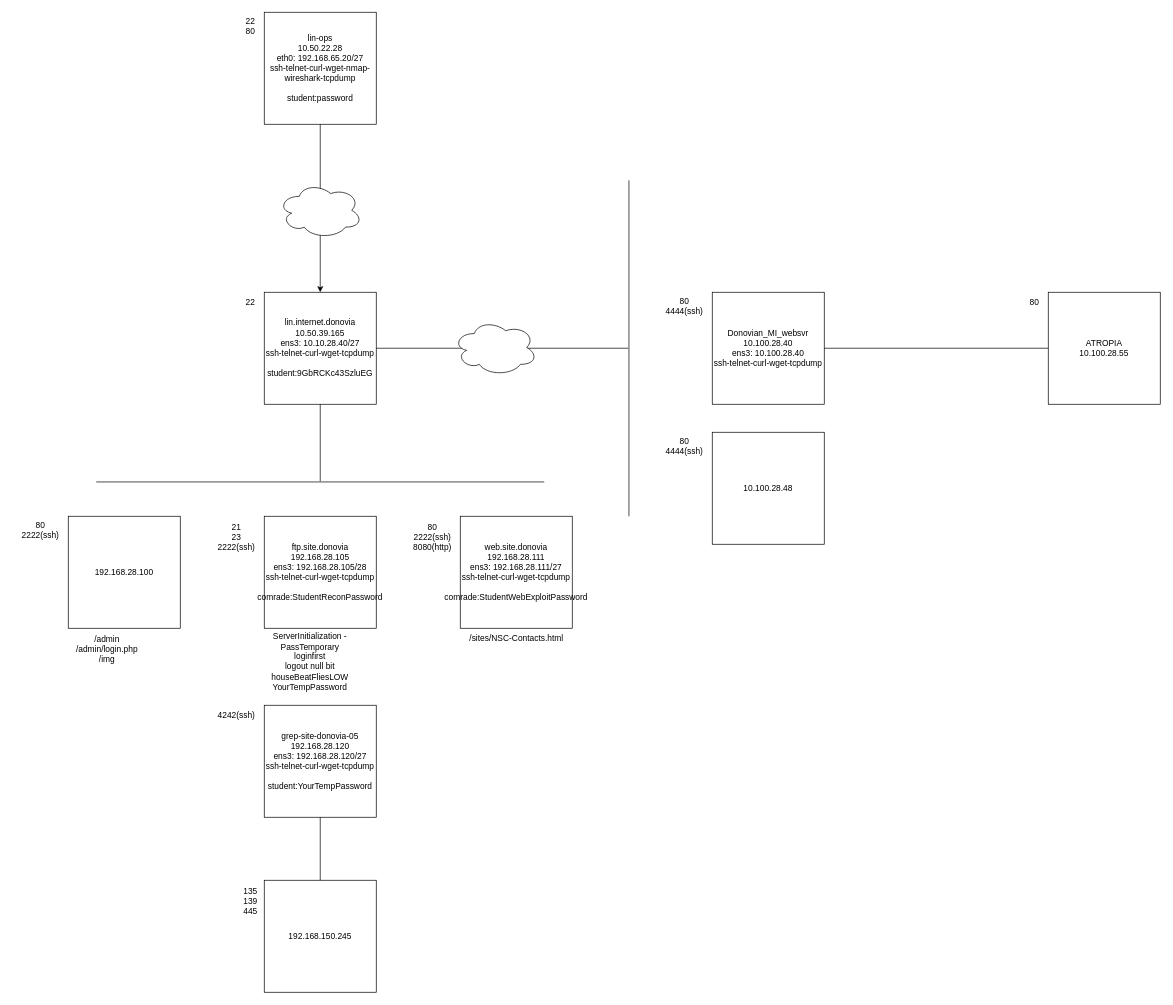
Before: Security/Greenberg/Untitled Diagram.drawio in TheWaltuh/COSC-Notes, a draw.io diagram. Source tidied: cells renumbered, new cells numbered last; positions are measured from the earlier drawing's top-left corner, leaving out a move shared by most shapes. Both pictures are drawn from the tidied source at 70%, with x=0, y=0 at pixel (12, 12).
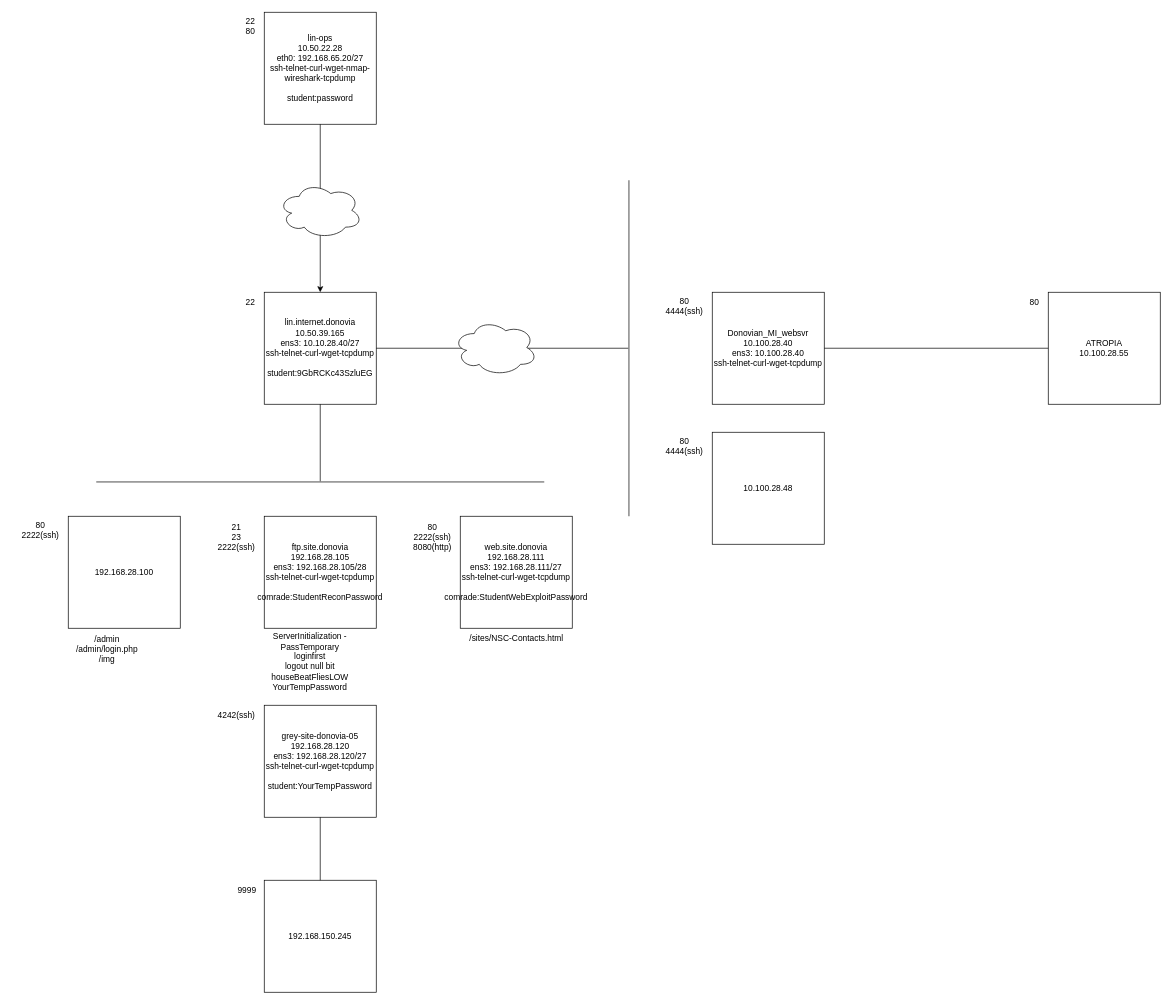
After the change.

What changed in the source:
```diff
@@
-    <mxCell id="14" value="&lt;div&gt;grep-site-donovia-05&lt;br&gt;&lt;/div&gt;&lt;div&gt;192.168.28.120&lt;/div&gt;&lt;div&gt;ens3: 192.168.28.120/27&lt;/div&gt;&lt;div&gt;ssh-telnet-curl-wget-tcpdump&lt;/div&gt;&lt;div&gt;&lt;br&gt;&lt;/div&gt;&lt;div&gt;student:YourTempPassword&lt;br&gt;&lt;/div&gt;" style="whiteSpace=wrap;html=1;" parent="1" vertex="1">
+    <mxCell id="14" value="&lt;div&gt;grey-site-donovia-05&lt;br&gt;&lt;/div&gt;&lt;div&gt;192.168.28.120&lt;/div&gt;&lt;div&gt;ens3: 192.168.28.120/27&lt;/div&gt;&lt;div&gt;ssh-telnet-curl-wget-tcpdump&lt;/div&gt;&lt;div&gt;&lt;br&gt;&lt;/div&gt;&lt;div&gt;student:YourTempPassword&lt;br&gt;&lt;/div&gt;" style="whiteSpace=wrap;html=1;" parent="1" vertex="1">
       <mxGeometry x="360" y="990" width="160" height="160" as="geometry" />
     </mxCell>
@@
-    <mxCell id="22" value="&lt;div&gt;135&lt;/div&gt;&lt;div&gt;139&lt;/div&gt;&lt;div&gt;445&lt;/div&gt;" style="text;html=1;align=center;verticalAlign=middle;strokeColor=none;fillColor=none;" parent="1" vertex="1">
-      <mxGeometry x="320" y="1240" width="40" height="60" as="geometry" />
-    </mxCell>
@@
+    <mxCell id="34" value="9999" style="text;html=1;align=center;verticalAlign=middle;strokeColor=none;fillColor=none;" parent="1" vertex="1">
+      <mxGeometry x="310" y="1240" width="50" height="30" as="geometry" />
+    </mxCell>
```
